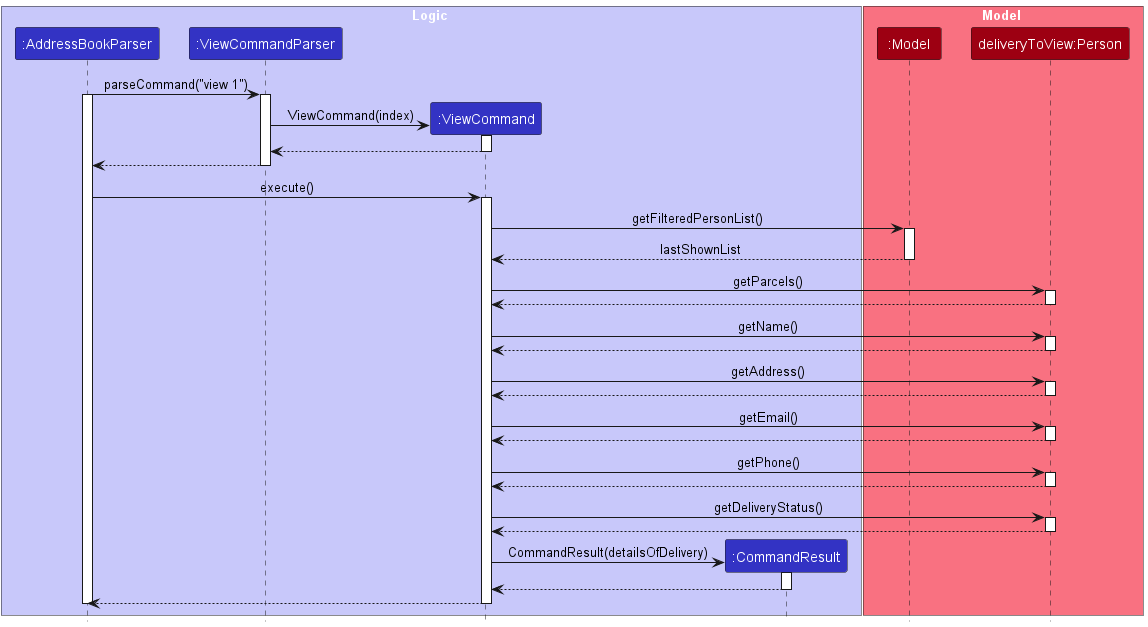
Above: docs/images/ViewCommandSequenceDiagram.png in nus-cs2103-AY2223S2/tp (PlantUML), before the change.
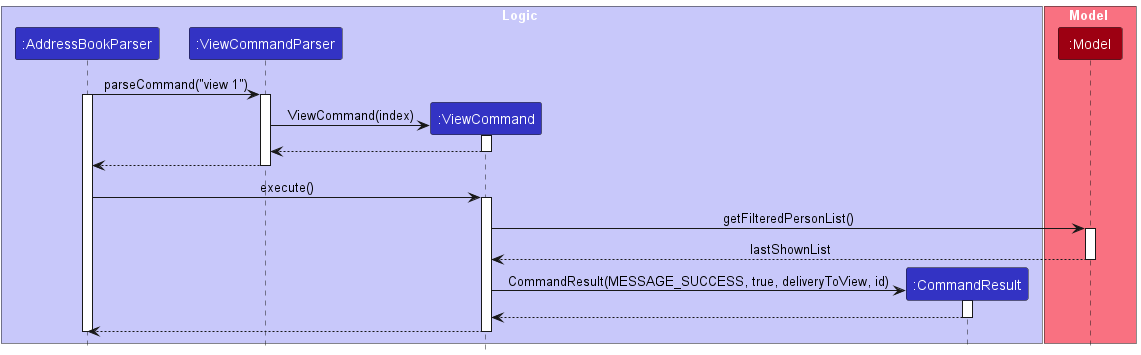
After the change.

Commit message:
Update GUI, DG and View Command

What changed in the source:
```diff
@@ -11,7 +11,6 @@
 
 box Model MODEL_COLOR_T1
 participant ":Model" as AddressBook MODEL_COLOR
-participant "deliveryToView:Person" as Person MODEL_COLOR
 end box
 
 AddressBookParser -> ViewCommandParser : parseCommand("view 1")
@@ -31,32 +30,9 @@
 activate AddressBook
 AddressBook --> ViewCommand : lastShownList
 deactivate AddressBook
-ViewCommand -> Person : getParcels()
-activate Person
-Person --> ViewCommand
-deactivate Person
-ViewCommand -> Person : getName()
-activate Person
-Person --> ViewCommand
-deactivate Person
-ViewCommand -> Person : getAddress()
-activate Person
-Person --> ViewCommand
-deactivate Person
-ViewCommand -> Person : getEmail()
-activate Person
-Person --> ViewCommand
-deactivate Person
-ViewCommand -> Person : getPhone()
-activate Person
-Person --> ViewCommand
-deactivate Person
-ViewCommand -> Person : getDeliveryStatus()
-activate Person
-Person --> ViewCommand
-deactivate Person
+
 create CommandResult
-ViewCommand -> CommandResult : CommandResult(detailsOfDelivery)
+ViewCommand -> CommandResult : CommandResult(MESSAGE_SUCCESS, true, deliveryToView, id)
 activate CommandResult
 CommandResult --> ViewCommand
 deactivate CommandResult
```
